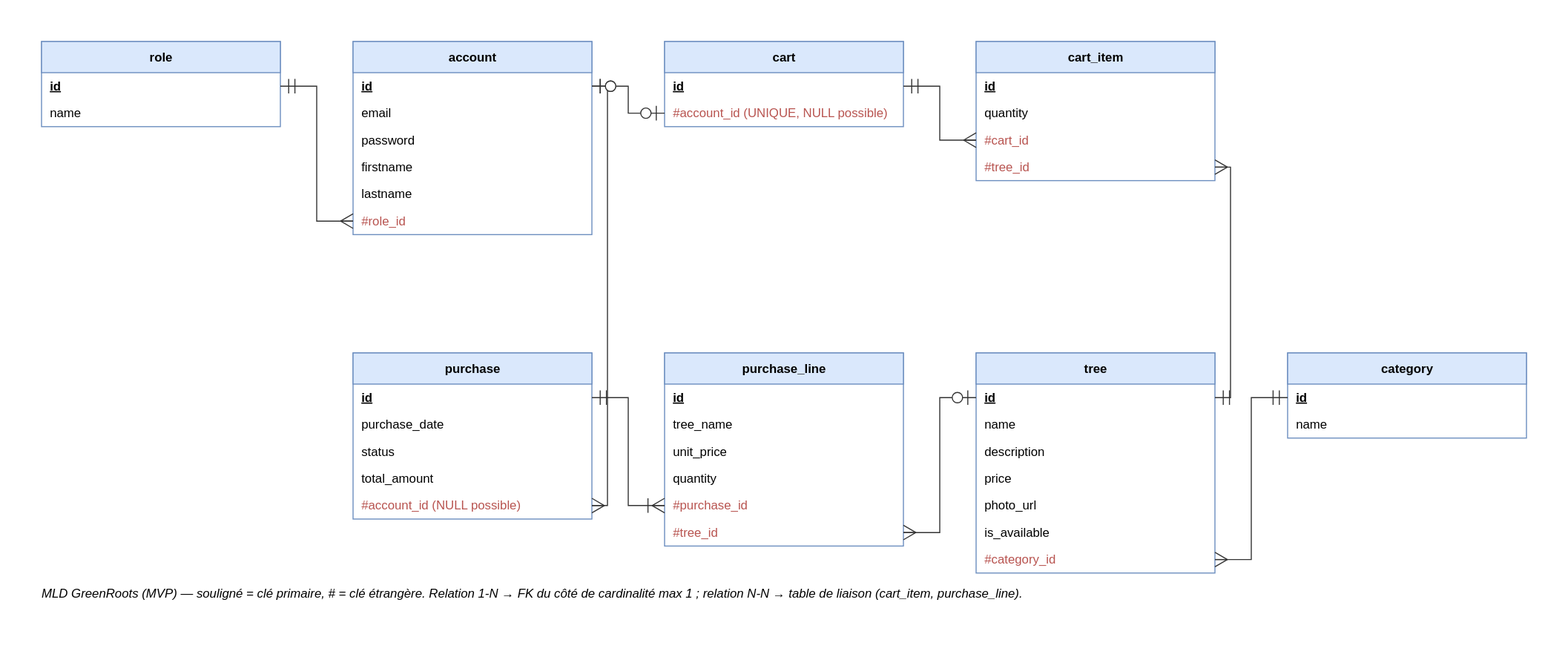
Before: docs_conception/07b-MLD.drawio.svg, a diagram exported from draw.io (DimitryDereppe/je-s-appelle-graine). Source tidied: cells renumbered, new cells last; positions are measured from the earlier drawing's top-left corner, leaving out a move shared by most shapes.
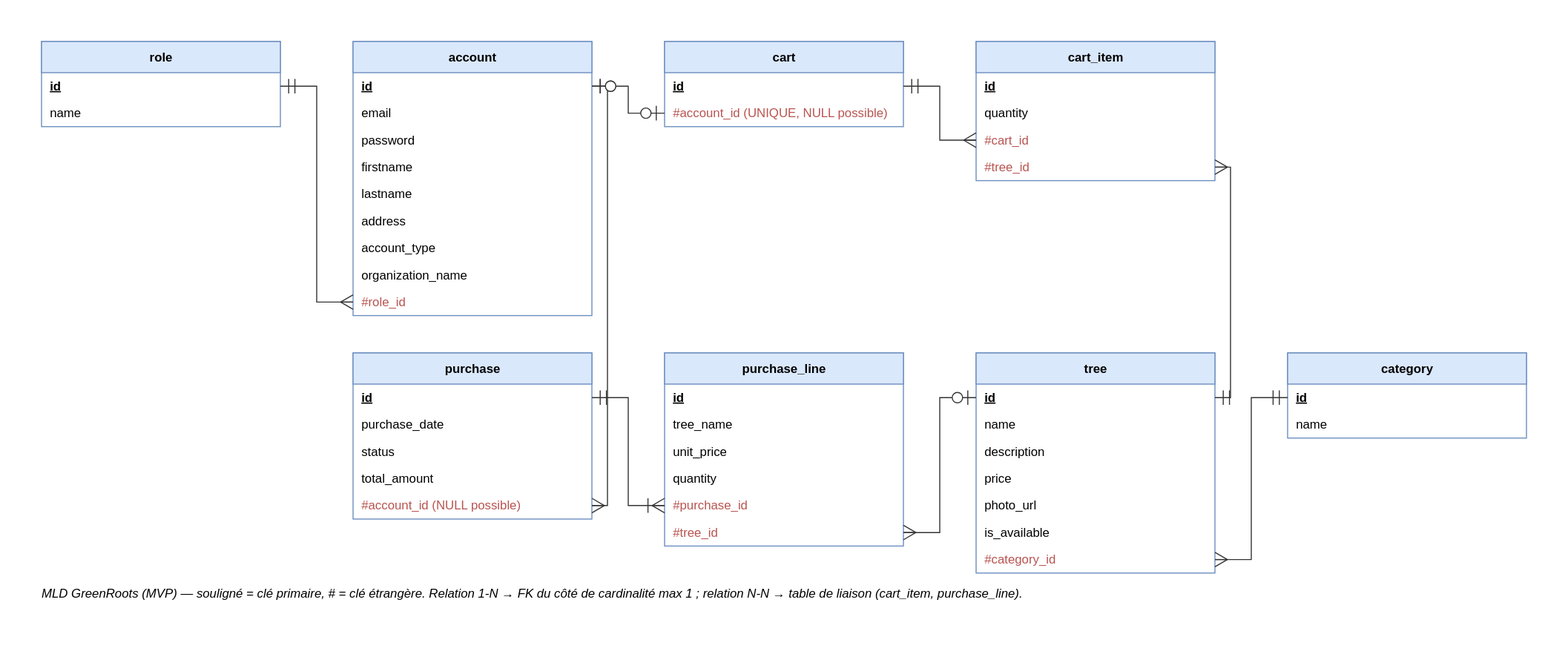
Later version of the same file.

What changed in the source:
```diff
@@ -12,7 +12,7 @@
       <mxGeometry y="56" width="230" height="26" as="geometry" />
     </mxCell>
     <mxCell id="5" value="account" style="swimlane;fontStyle=1;align=center;startSize=30;html=1;whiteSpace=wrap;fillColor=#dae8fc;strokeColor=#6c8ebf;horizontal=1;" parent="1" vertex="1">
-      <mxGeometry x="300" width="230" height="186" as="geometry" />
+      <mxGeometry x="300" width="230" height="264" as="geometry" />
     </mxCell>
     <mxCell id="6" value="&lt;u&gt;&lt;b&gt;id&lt;/b&gt;&lt;/u&gt;" style="text;html=1;align=left;verticalAlign=middle;spacingLeft=8;strokeColor=none;fillColor=none;" parent="5" vertex="1">
       <mxGeometry y="30" width="230" height="26" as="geometry" />
@@ -29,8 +29,17 @@
     <mxCell id="10" value="lastname" style="text;html=1;align=left;verticalAlign=middle;spacingLeft=8;strokeColor=none;fillColor=none;" parent="5" vertex="1">
       <mxGeometry y="134" width="230" height="26" as="geometry" />
     </mxCell>
+    <mxCell id="53" value="address" style="text;html=1;align=left;verticalAlign=middle;spacingLeft=8;strokeColor=none;fillColor=none;" parent="5" vertex="1">
+      <mxGeometry y="160" width="230" height="26" as="geometry" />
+    </mxCell>
+    <mxCell id="54" value="account_type" style="text;html=1;align=left;verticalAlign=middle;spacingLeft=8;strokeColor=none;fillColor=none;" parent="5" vertex="1">
+      <mxGeometry y="186" width="230" height="26" as="geometry" />
+    </mxCell>
+    <mxCell id="55" value="organization_name" style="text;html=1;align=left;verticalAlign=middle;spacingLeft=8;strokeColor=none;fillColor=none;" parent="5" vertex="1">
+      <mxGeometry y="212" width="230" height="26" as="geometry" />
+    </mxCell>
     <mxCell id="11" value="#role_id" style="text;html=1;align=left;verticalAlign=middle;spacingLeft=8;strokeColor=none;fillColor=none;fontColor=#b85450;" parent="5" vertex="1">
-      <mxGeometry y="160" width="230" height="26" as="geometry" />
+      <mxGeometry y="238" width="230" height="26" as="geometry" />
     </mxCell>
     <mxCell id="12" value="cart" style="swimlane;fontStyle=1;align=center;startSize=30;html=1;whiteSpace=wrap;fillColor=#dae8fc;strokeColor=#6c8ebf;horizontal=1;" parent="1" vertex="1">
       <mxGeometry x="600" width="230" height="82" as="geometry" />
```
